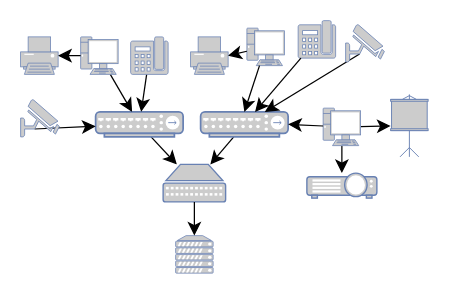
The draw.io diagram 10семетр/СЕТИ/Лог-схема.drawio in semenovMaksWeb/biti, before the edit. Source tidied: cells renumbered, new cells numbered last; positions are measured from the earlier drawing's top-left corner, leaving out a move shared by most shapes. Both pictures are drawn from the tidied source at 125%, with x=0, y=0 at pixel (20, 20).
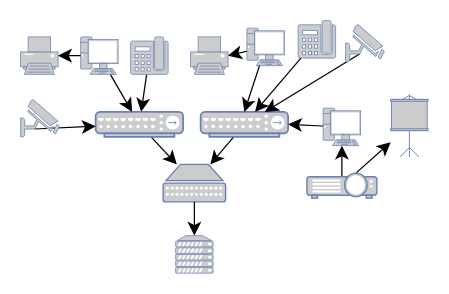
Above is the later version.

The change refers to these unchanged cells:
```xml
<mxCell id="18" style="fontColor=#0066CC;verticalAlign=top;verticalLabelPosition=bottom;labelPosition=center;align=center;html=1;outlineConnect=0;fillColor=#CCCCCC;strokeColor=#6881B3;gradientColor=none;gradientDirection=north;strokeWidth=2;shape=mxgraph.networks.video_projector;" parent="1" vertex="1">
  <mxGeometry x="229" y="122" width="56" height="20" as="geometry" />
</mxCell>
<mxCell id="19" style="fontColor=#0066CC;verticalAlign=top;verticalLabelPosition=bottom;labelPosition=center;align=center;html=1;outlineConnect=0;fillColor=#CCCCCC;strokeColor=#6881B3;gradientColor=none;gradientDirection=north;strokeWidth=2;shape=mxgraph.networks.video_projector_screen;" parent="1" vertex="1">
  <mxGeometry x="296" y="59" width="30" height="50" as="geometry" />
</mxCell>
<mxCell id="22" style="fontColor=#0066CC;verticalAlign=top;verticalLabelPosition=bottom;labelPosition=center;align=center;html=1;outlineConnect=0;fillColor=#CCCCCC;strokeColor=#6881B3;gradientColor=none;gradientDirection=north;strokeWidth=2;shape=mxgraph.networks.pc;" parent="1" vertex="1">
  <mxGeometry x="242" y="70" width="30" height="30" as="geometry" />
</mxCell>
```

Diff of the diagram source:
```diff
@@
+    <mxCell id="31" style="edgeStyle=none;curved=1;rounded=0;jettySize=auto;html=1;exitX=0.5;exitY=0.15;exitDx=0;exitDy=0;exitPerimeter=0;fontSize=12;startSize=8;endSize=8;" parent="1" edge="1" source="18" target="22">
+      <mxGeometry relative="1" as="geometry" />
+    </mxCell>
+    <mxCell id="32" style="edgeStyle=none;curved=1;rounded=0;jettySize=auto;html=1;fontSize=12;startSize=8;endSize=8;" parent="1" edge="1" source="18" target="19">
+      <mxGeometry relative="1" as="geometry" />
+    </mxCell>
@@
-    <mxCell id="20" style="edgeStyle=none;curved=1;rounded=0;jettySize=auto;html=1;fontSize=12;startSize=8;endSize=8;" parent="1" edge="1" source="22" target="18">
-      <mxGeometry relative="1" as="geometry" />
-    </mxCell>
-    <mxCell id="21" style="edgeStyle=none;curved=1;rounded=0;jettySize=auto;html=1;fontSize=12;startSize=8;endSize=8;" parent="1" edge="1" source="22" target="19">
-      <mxGeometry relative="1" as="geometry" />
-    </mxCell>
```
